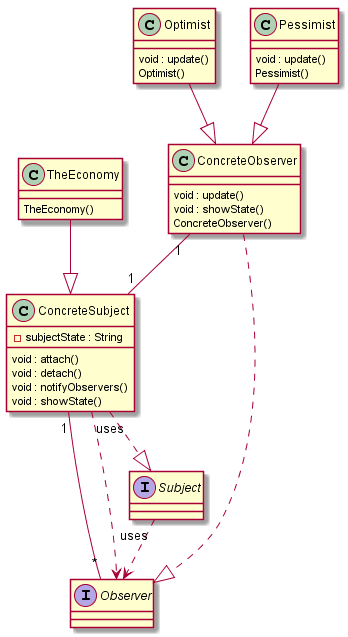
Manasi670430/Parser keeps this PlantUML diagram as out/production/Parser/output.png. Above is the earlier version.
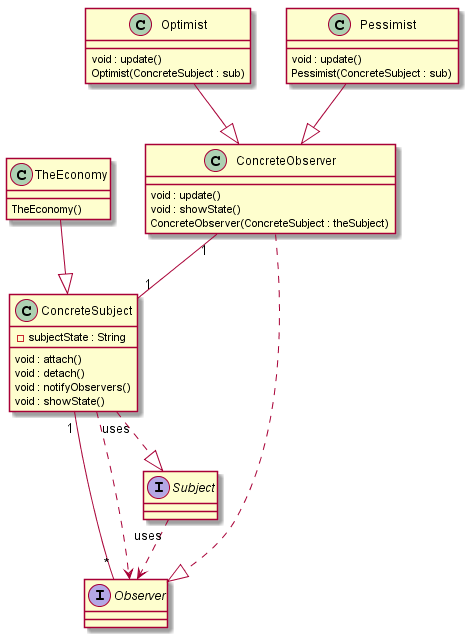
The same diagram one commit later.

What changed in the source:
```diff
@@ -2,7 +2,7 @@
 class ConcreteObserver {
 void : update()
 void : showState()
-ConcreteObserver()
+ConcreteObserver(ConcreteSubject : theSubject)
  }
 class ConcreteSubject {
 - subjectState : String
@@ -15,11 +15,11 @@
  }
 class Optimist {
 void : update()
-Optimist()
+Optimist(ConcreteSubject : sub)
  }
 class Pessimist {
 void : update()
-Pessimist()
+Pessimist(ConcreteSubject : sub)
  }
 interface Subject {
  }
```
